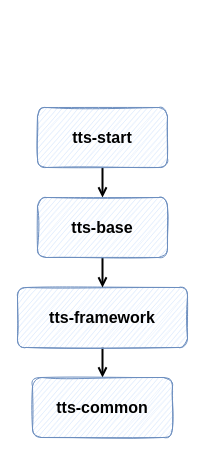
Earlier version of the draw.io diagram images/新tts依赖关系.drawio (FangYuan33/transportation-track-system). Source tidied: cells renumbered, new cells numbered last; positions are measured from the earlier drawing's top-left corner, leaving out a move shared by most shapes. Both pictures are drawn from the tidied source at 100%, with x=0, y=0 at pixel (17, 107).
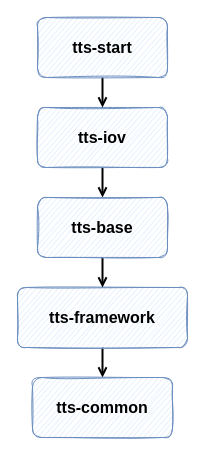
Above is the later version.

What changed in the source:
```diff
@@
 <mxGraphModel>
   <root>
     <mxCell id="0" />
     <mxCell id="1" parent="0" />
     <mxCell id="2" style="edgeStyle=orthogonalEdgeStyle;rounded=0;jettySize=auto;html=1;strokeWidth=2;endArrow=open;endFill=0;" parent="1" edge="1" source="3" target="8">
       <mxGeometry relative="1" as="geometry" />
     </mxCell>
-    <mxCell id="3" value="&lt;font style=&quot;font-size: 16px;&quot;&gt;&lt;b&gt;tts-start&lt;/b&gt;&lt;/font&gt;" style="rounded=1;whiteSpace=wrap;html=1;sketch=1;fillColor=#dae8fc;strokeColor=#6c8ebf;" parent="1" vertex="1">
+    <mxCell id="3" value="&lt;font style=&quot;font-size: 16px;&quot;&gt;&lt;b&gt;tts-iov&lt;/b&gt;&lt;/font&gt;" style="rounded=1;whiteSpace=wrap;html=1;sketch=1;fillColor=#dae8fc;strokeColor=#6c8ebf;" parent="1" vertex="1">
       <mxGeometry x="20" width="130" height="60" as="geometry" />
     </mxCell>
     <mxCell id="4" style="edgeStyle=orthogonalEdgeStyle;rounded=0;jettySize=auto;html=1;endArrow=open;endFill=0;strokeWidth=2;" parent="1" edge="1" source="5" target="6">
       <mxGeometry relative="1" as="geometry" />
     </mxCell>
     <mxCell id="5" value="&lt;font style=&quot;font-size: 16px;&quot;&gt;&lt;b&gt;tts-framework&lt;/b&gt;&lt;/font&gt;" style="rounded=1;whiteSpace=wrap;html=1;sketch=1;fillColor=#dae8fc;strokeColor=#6c8ebf;" parent="1" vertex="1">
       <mxGeometry y="180" width="170" height="60" as="geometry" />
     </mxCell>
     <mxCell id="6" value="&lt;font style=&quot;font-size: 16px;&quot;&gt;&lt;b&gt;tts-common&lt;/b&gt;&lt;/font&gt;" style="rounded=1;whiteSpace=wrap;html=1;sketch=1;fillColor=#dae8fc;strokeColor=#6c8ebf;" parent="1" vertex="1">
       <mxGeometry x="15" y="270" width="140" height="60" as="geometry" />
     </mxCell>
     <mxCell id="7" style="edgeStyle=orthogonalEdgeStyle;rounded=0;jettySize=auto;html=1;strokeWidth=2;endArrow=open;endFill=0;" parent="1" edge="1" source="8" target="5">
       <mxGeometry relative="1" as="geometry" />
     </mxCell>
     <mxCell id="8" value="&lt;font style=&quot;font-size: 16px;&quot;&gt;&lt;b&gt;tts-base&lt;/b&gt;&lt;/font&gt;" style="rounded=1;whiteSpace=wrap;html=1;sketch=1;fillColor=#dae8fc;strokeColor=#6c8ebf;" parent="1" vertex="1">
       <mxGeometry x="20" y="90" width="130" height="60" as="geometry" />
     </mxCell>
+    <mxCell id="9" style="edgeStyle=orthogonalEdgeStyle;rounded=0;jettySize=auto;html=1;exitX=0.5;exitY=1;exitDx=0;exitDy=0;entryX=0.5;entryY=0;entryDx=0;entryDy=0;strokeWidth=2;endArrow=open;endFill=0;" parent="1" edge="1" source="10" target="3">
+      <mxGeometry relative="1" as="geometry" />
+    </mxCell>
+    <mxCell id="10" value="&lt;font style=&quot;font-size: 16px;&quot;&gt;&lt;b&gt;tts-start&lt;/b&gt;&lt;/font&gt;" style="rounded=1;whiteSpace=wrap;html=1;sketch=1;fillColor=#dae8fc;strokeColor=#6c8ebf;" parent="1" vertex="1">
+      <mxGeometry x="20" y="-90" width="130" height="60" as="geometry" />
+    </mxCell>
   </root>
 </mxGraphModel>
```
